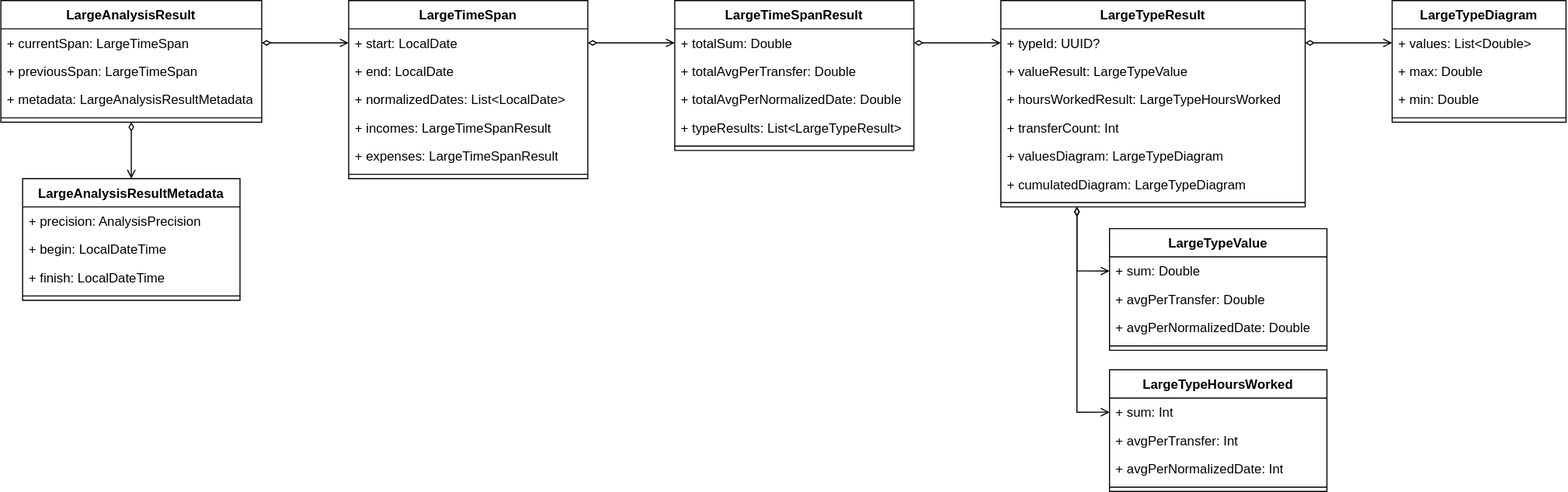
The draw.io diagram docs/img/development/analysis/large_uml_classes.drawio.svg in Christian-2003/cha-ching, before a commit. Source tidied: cells renumbered, new cells last; positions are measured from the earlier drawing's top-left corner, leaving out a move shared by most shapes.
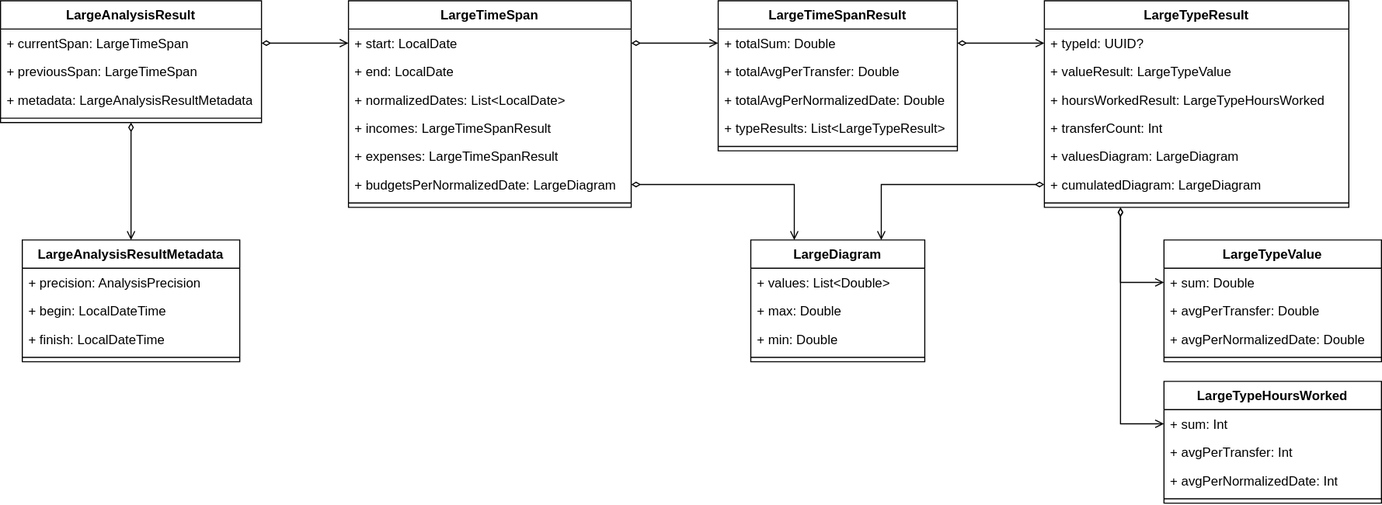
After the change.

Change to the diagram source:
```diff
@@ -24,25 +24,28 @@
       <mxGeometry relative="1" as="geometry" />
     </mxCell>
     <mxCell id="9" value="LargeTimeSpan" style="swimlane;fontStyle=1;align=center;verticalAlign=top;horizontal=1;startSize=26;whiteSpace=wrap;html=1;fillColor=none;" parent="1" vertex="1">
-      <mxGeometry x="320" width="220" height="164" as="geometry" />
+      <mxGeometry x="320" width="260" height="190" as="geometry" />
     </mxCell>
     <mxCell id="10" value="+ start: LocalDate" style="text;strokeColor=none;fillColor=none;align=left;verticalAlign=top;spacingLeft=4;spacingRight=4;overflow=hidden;points=[[0,0.5],[1,0.5]];portConstraint=eastwest;whiteSpace=wrap;html=1;" parent="9" vertex="1">
-      <mxGeometry y="26" width="220" height="26" as="geometry" />
+      <mxGeometry y="26" width="260" height="26" as="geometry" />
     </mxCell>
     <mxCell id="11" value="+ end: LocalDate" style="text;strokeColor=none;fillColor=none;align=left;verticalAlign=top;spacingLeft=4;spacingRight=4;overflow=hidden;whiteSpace=wrap;html=1;" parent="9" vertex="1">
-      <mxGeometry y="52" width="220" height="26" as="geometry" />
+      <mxGeometry y="52" width="260" height="26" as="geometry" />
     </mxCell>
     <mxCell id="12" value="+ normalizedDates: List&amp;lt;LocalDate&amp;gt;" style="text;strokeColor=none;fillColor=none;align=left;verticalAlign=top;spacingLeft=4;spacingRight=4;overflow=hidden;whiteSpace=wrap;html=1;" parent="9" vertex="1">
-      <mxGeometry y="78" width="220" height="26" as="geometry" />
+      <mxGeometry y="78" width="260" height="26" as="geometry" />
     </mxCell>
     <mxCell id="13" value="+ incomes: LargeTimeSpanResult" style="text;strokeColor=none;fillColor=none;align=left;verticalAlign=top;spacingLeft=4;spacingRight=4;overflow=hidden;whiteSpace=wrap;html=1;" parent="9" vertex="1">
-      <mxGeometry y="104" width="220" height="26" as="geometry" />
+      <mxGeometry y="104" width="260" height="26" as="geometry" />
     </mxCell>
     <mxCell id="14" value="+ expenses: LargeTimeSpanResult" style="text;strokeColor=none;fillColor=none;align=left;verticalAlign=top;spacingLeft=4;spacingRight=4;overflow=hidden;whiteSpace=wrap;html=1;" parent="9" vertex="1">
-      <mxGeometry y="130" width="220" height="26" as="geometry" />
+      <mxGeometry y="130" width="260" height="26" as="geometry" />
     </mxCell>
+    <mxCell id="55" value="+ budgetsPerNormalizedDate: LargeDiagram" style="text;strokeColor=none;fillColor=none;align=left;verticalAlign=top;spacingLeft=4;spacingRight=4;overflow=hidden;points=[[0,0.5],[1,0.5]];portConstraint=eastwest;whiteSpace=wrap;html=1;" parent="9" vertex="1">
+      <mxGeometry y="156" width="260" height="26" as="geometry" />
+    </mxCell>
     <mxCell id="15" style="line;strokeWidth=1;fillColor=none;align=left;verticalAlign=middle;spacingTop=-1;spacingLeft=3;spacingRight=3;labelPosition=right;strokeColor=inherit;" parent="9" vertex="1">
-      <mxGeometry y="156" width="220" height="8" as="geometry" />
+      <mxGeometry y="182" width="260" height="8" as="geometry" />
     </mxCell>
     <mxCell id="16" style="edgeStyle=orthogonalEdgeStyle;rounded=0;jettySize=auto;html=1;exitX=0.25;exitY=1;exitDx=0;exitDy=0;entryX=0;entryY=0.5;entryDx=0;entryDy=0;startArrow=diamondThin;startFill=0;endArrow=open;endFill=0;" parent="1" edge="1" source="18" target="39">
       <mxGeometry relative="1" as="geometry" />
@@ -51,7 +54,7 @@
       <mxGeometry relative="1" as="geometry" />
     </mxCell>
     <mxCell id="18" value="LargeTypeResult" style="swimlane;fontStyle=1;align=center;verticalAlign=top;horizontal=1;startSize=26;whiteSpace=wrap;html=1;fillColor=none;" parent="1" vertex="1">
-      <mxGeometry x="920" width="280" height="190" as="geometry" />
+      <mxGeometry x="960" width="280" height="190" as="geometry" />
     </mxCell>
     <mxCell id="19" value="+ typeId: UUID?" style="text;strokeColor=none;fillColor=none;align=left;verticalAlign=top;spacingLeft=4;spacingRight=4;overflow=hidden;points=[[0,0.5],[1,0.5]];portConstraint=eastwest;whiteSpace=wrap;html=1;" parent="18" vertex="1">
       <mxGeometry y="26" width="280" height="26" as="geometry" />
@@ -65,16 +68,16 @@
     <mxCell id="22" value="+ transferCount: Int" style="text;strokeColor=none;fillColor=none;align=left;verticalAlign=top;spacingLeft=4;spacingRight=4;overflow=hidden;whiteSpace=wrap;html=1;" parent="18" vertex="1">
       <mxGeometry y="104" width="280" height="26" as="geometry" />
     </mxCell>
-    <mxCell id="23" value="+ valuesDiagram: LargeTypeDiagram" style="text;strokeColor=none;fillColor=none;align=left;verticalAlign=top;spacingLeft=4;spacingRight=4;overflow=hidden;whiteSpace=wrap;html=1;" parent="18" vertex="1">
+    <mxCell id="23" value="+ valuesDiagram: LargeDiagram" style="text;strokeColor=none;fillColor=none;align=left;verticalAlign=top;spacingLeft=4;spacingRight=4;overflow=hidden;whiteSpace=wrap;html=1;" parent="18" vertex="1">
       <mxGeometry y="130" width="280" height="26" as="geometry" />
     </mxCell>
-    <mxCell id="24" value="+ cumulatedDiagram: LargeTypeDiagram" style="text;strokeColor=none;fillColor=none;align=left;verticalAlign=top;spacingLeft=4;spacingRight=4;overflow=hidden;points=[[0,0.5],[1,0.5]];portConstraint=eastwest;whiteSpace=wrap;html=1;" parent="18" vertex="1">
+    <mxCell id="24" value="+ cumulatedDiagram: LargeDiagram" style="text;strokeColor=none;fillColor=none;align=left;verticalAlign=top;spacingLeft=4;spacingRight=4;overflow=hidden;points=[[0,0.5],[1,0.5]];portConstraint=eastwest;whiteSpace=wrap;html=1;" parent="18" vertex="1">
       <mxGeometry y="156" width="280" height="26" as="geometry" />
     </mxCell>
     <mxCell id="25" style="line;strokeWidth=1;fillColor=none;align=left;verticalAlign=middle;spacingTop=-1;spacingLeft=3;spacingRight=3;labelPosition=right;strokeColor=inherit;" parent="18" vertex="1">
       <mxGeometry y="182" width="280" height="8" as="geometry" />
     </mxCell>
-    <mxCell id="26" style="rounded=0;jettySize=auto;html=1;exitX=1;exitY=0.5;exitDx=0;exitDy=0;entryX=0;entryY=0.5;entryDx=0;entryDy=0;edgeStyle=orthogonalEdgeStyle;startArrow=diamondThin;startFill=0;endArrow=open;endFill=0;" parent="1" edge="1" source="19" target="29">
+    <mxCell id="26" style="rounded=0;jettySize=auto;html=1;exitX=0;exitY=0.5;exitDx=0;exitDy=0;entryX=0.75;entryY=0;entryDx=0;entryDy=0;edgeStyle=orthogonalEdgeStyle;startArrow=diamondThin;startFill=0;endArrow=open;endFill=0;" parent="1" edge="1" source="24" target="28">
       <mxGeometry relative="1" as="geometry" />
     </mxCell>
     <mxCell id="27" style="edgeStyle=orthogonalEdgeStyle;rounded=0;jettySize=auto;html=1;exitX=1;exitY=0.5;exitDx=0;exitDy=0;entryX=0;entryY=0.5;entryDx=0;entryDy=0;startArrow=diamondThin;startFill=0;endArrow=open;endFill=0;" parent="1" edge="1" target="10">
@@ -82,8 +85,8 @@
         <mxPoint x="240" y="39" as="sourcePoint" />
       </mxGeometry>
     </mxCell>
-    <mxCell id="28" value="LargeTypeDiagram" style="swimlane;fontStyle=1;align=center;verticalAlign=top;horizontal=1;startSize=26;whiteSpace=wrap;html=1;fillColor=none;" parent="1" vertex="1">
-      <mxGeometry x="1280" width="160" height="112" as="geometry" />
+    <mxCell id="28" value="LargeDiagram" style="swimlane;fontStyle=1;align=center;verticalAlign=top;horizontal=1;startSize=26;whiteSpace=wrap;html=1;fillColor=none;" parent="1" vertex="1">
+      <mxGeometry x="690" y="220" width="160" height="112" as="geometry" />
     </mxCell>
     <mxCell id="29" value="+ values: List&amp;lt;Double&amp;gt;" style="text;align=left;verticalAlign=top;spacingLeft=4;spacingRight=4;overflow=hidden;points=[[0,0.5],[1,0.5]];portConstraint=eastwest;whiteSpace=wrap;html=1;" parent="28" vertex="1">
       <mxGeometry y="26" width="160" height="26" as="geometry" />
@@ -98,7 +101,7 @@
       <mxGeometry y="104" width="160" height="8" as="geometry" />
     </mxCell>
     <mxCell id="33" value="LargeTypeValue" style="swimlane;fontStyle=1;align=center;verticalAlign=top;horizontal=1;startSize=26;whiteSpace=wrap;html=1;fillColor=none;" parent="1" vertex="1">
-      <mxGeometry x="1020" y="210" width="200" height="112" as="geometry" />
+      <mxGeometry x="1070" y="220" width="200" height="112" as="geometry" />
     </mxCell>
     <mxCell id="34" value="+ sum: Double" style="text;strokeColor=none;fillColor=none;align=left;verticalAlign=top;spacingLeft=4;spacingRight=4;overflow=hidden;points=[[0,0.5],[1,0.5]];portConstraint=eastwest;whiteSpace=wrap;html=1;" parent="33" vertex="1">
       <mxGeometry y="26" width="200" height="26" as="geometry" />
@@ -113,7 +116,7 @@
       <mxGeometry y="104" width="200" height="8" as="geometry" />
     </mxCell>
     <mxCell id="38" value="LargeTypeHoursWorked" style="swimlane;fontStyle=1;align=center;verticalAlign=top;horizontal=1;startSize=26;whiteSpace=wrap;html=1;fillColor=none;" parent="1" vertex="1">
-      <mxGeometry x="1020" y="340" width="200" height="112" as="geometry" />
+      <mxGeometry x="1070" y="350" width="200" height="112" as="geometry" />
     </mxCell>
     <mxCell id="39" value="+ sum: Int" style="text;strokeColor=none;fillColor=none;align=left;verticalAlign=top;spacingLeft=4;spacingRight=4;overflow=hidden;points=[[0,0.5],[1,0.5]];portConstraint=eastwest;whiteSpace=wrap;html=1;" parent="38" vertex="1">
       <mxGeometry y="26" width="200" height="26" as="geometry" />
@@ -128,7 +131,7 @@
       <mxGeometry y="104" width="200" height="8" as="geometry" />
     </mxCell>
     <mxCell id="43" value="LargeAnalysisResultMetadata" style="swimlane;fontStyle=1;align=center;verticalAlign=top;horizontal=1;startSize=26;whiteSpace=wrap;html=1;fillColor=none;" parent="1" vertex="1">
-      <mxGeometry x="20" y="164" width="200" height="112" as="geometry" />
+      <mxGeometry x="20" y="220" width="200" height="112" as="geometry" />
     </mxCell>
     <mxCell id="44" value="+ precision: AnalysisPrecision" style="text;strokeColor=none;fillColor=none;align=left;verticalAlign=top;spacingLeft=4;spacingRight=4;overflow=hidden;whiteSpace=wrap;html=1;" parent="43" vertex="1">
       <mxGeometry y="26" width="200" height="26" as="geometry" />
@@ -143,7 +146,7 @@
       <mxGeometry y="104" width="200" height="8" as="geometry" />
     </mxCell>
     <mxCell id="48" value="LargeTimeSpanResult" style="swimlane;fontStyle=1;align=center;verticalAlign=top;horizontal=1;startSize=26;whiteSpace=wrap;html=1;fillColor=none;" parent="1" vertex="1">
-      <mxGeometry x="620" width="220" height="138" as="geometry" />
+      <mxGeometry x="660" width="220" height="138" as="geometry" />
     </mxCell>
     <mxCell id="49" value="+ totalSum: Double" style="text;strokeColor=none;fillColor=none;align=left;verticalAlign=top;spacingLeft=4;spacingRight=4;overflow=hidden;points=[[0,0.5],[1,0.5]];portConstraint=eastwest;whiteSpace=wrap;html=1;" parent="48" vertex="1">
       <mxGeometry y="26" width="220" height="26" as="geometry" />
@@ -163,5 +166,8 @@
     <mxCell id="54" style="edgeStyle=orthogonalEdgeStyle;rounded=0;jettySize=auto;html=1;exitX=1;exitY=0.5;exitDx=0;exitDy=0;entryX=0;entryY=0.5;entryDx=0;entryDy=0;startArrow=diamondThin;startFill=0;endArrow=open;endFill=0;" parent="1" edge="1" source="49" target="19">
       <mxGeometry relative="1" as="geometry" />
     </mxCell>
+    <mxCell id="56" style="edgeStyle=orthogonalEdgeStyle;rounded=0;jettySize=auto;html=1;exitX=1;exitY=0.5;exitDx=0;exitDy=0;entryX=0.25;entryY=0;entryDx=0;entryDy=0;endArrow=open;endFill=0;startArrow=diamondThin;startFill=0;" parent="1" edge="1" source="55" target="28">
+      <mxGeometry relative="1" as="geometry" />
+    </mxCell>
   </root>
 </mxGraphModel>
```
